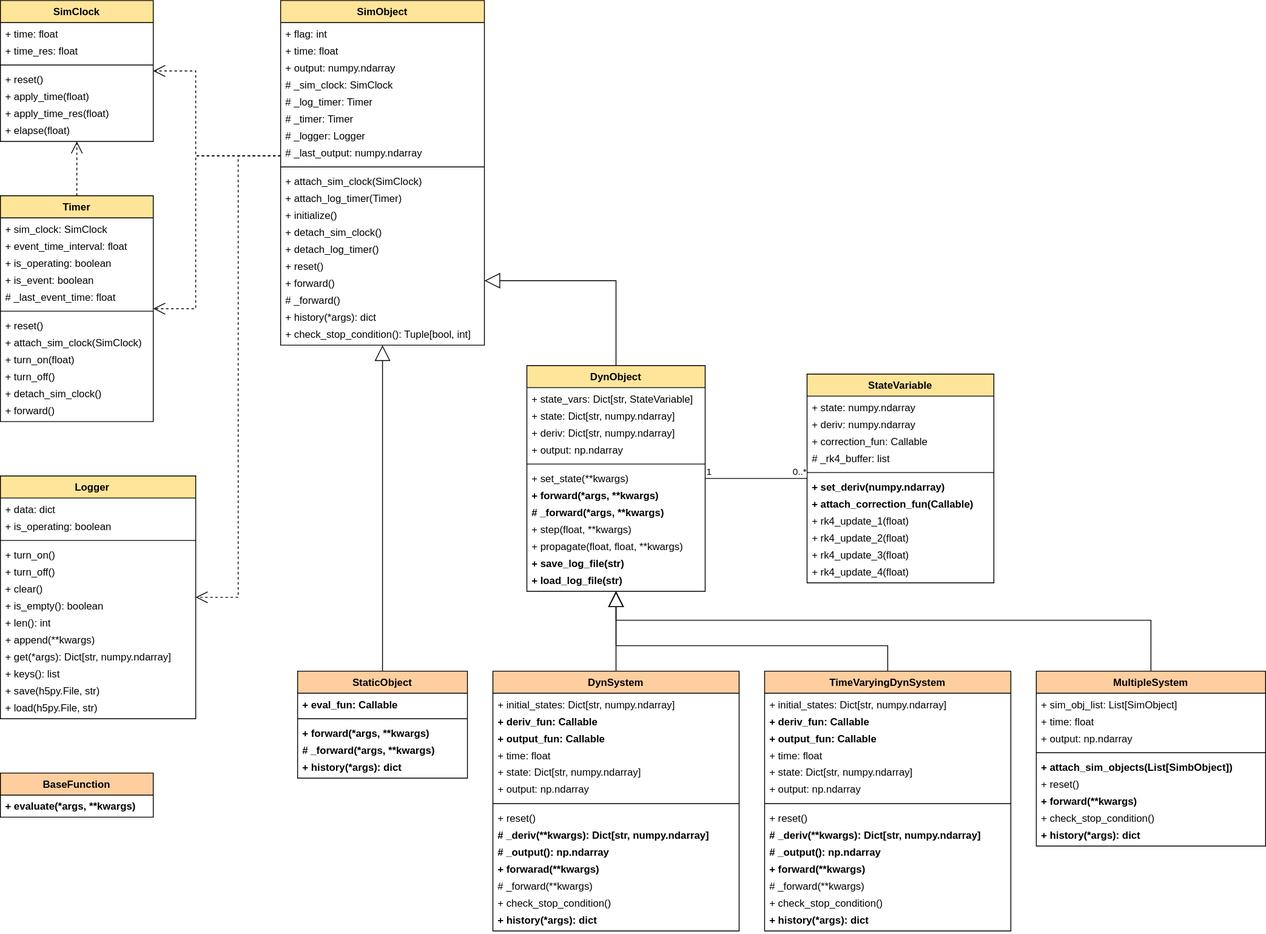
Earlier version of the draw.io export figures/overview.svg (minii93/pysimenv). Source tidied: cells renumbered, new cells last; positions are measured from the earlier drawing's top-left corner, leaving out a move shared by most shapes.
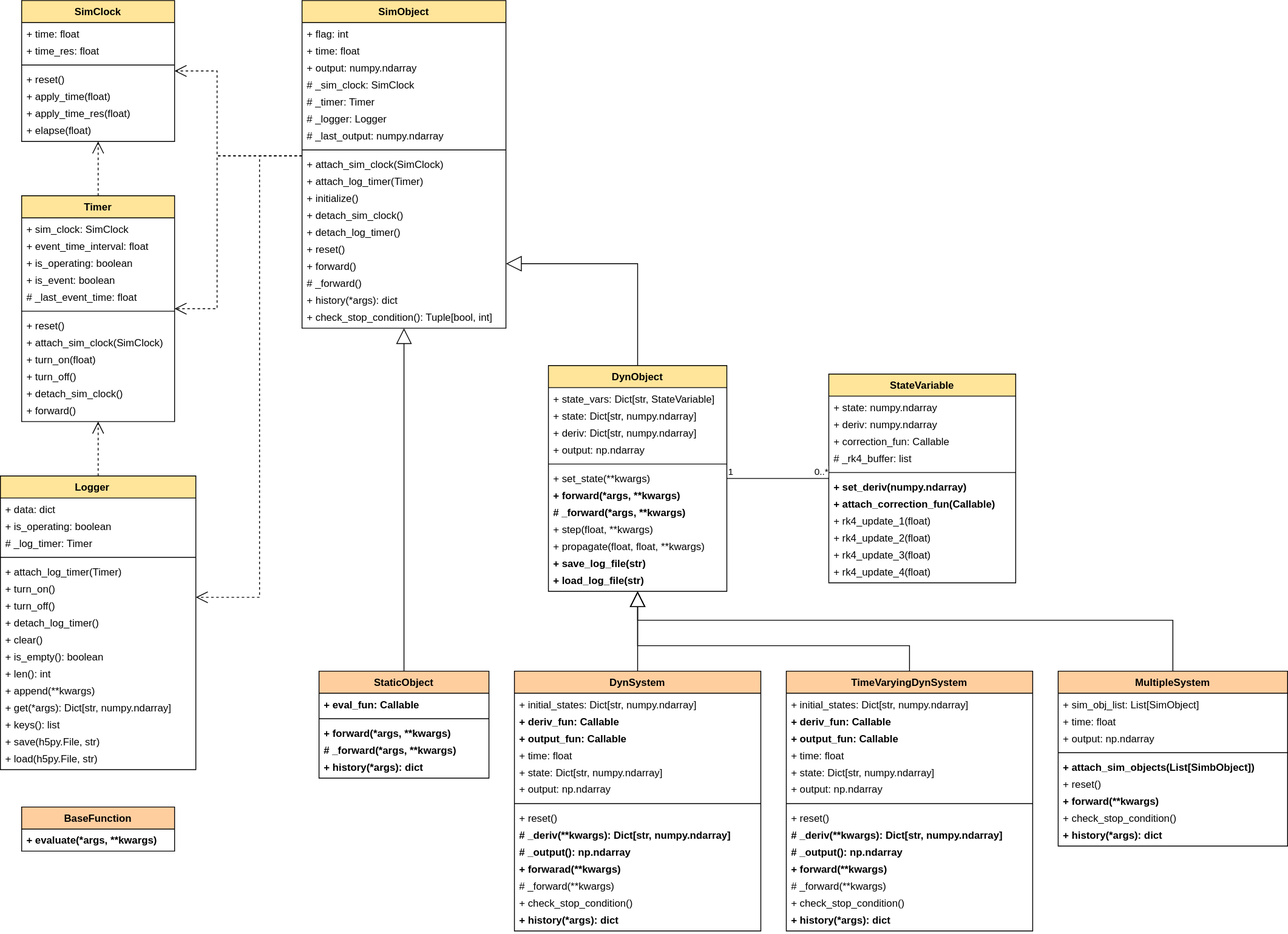
The same diagram one commit later.

Commit message:
Update the overview figure (#31)

Diff of the diagram source:
```diff
@@ -60,7 +60,7 @@
       <mxGeometry relative="1" as="geometry" />
     </mxCell>
     <mxCell id="21" value="BaseFunction" style="swimlane;fontStyle=1;align=center;verticalAlign=top;horizontal=1;startSize=26;fillColor=#FFCE9F;" parent="1" vertex="1">
-      <mxGeometry y="910" width="180" height="52" as="geometry" />
+      <mxGeometry y="950" width="180" height="52" as="geometry" />
     </mxCell>
     <mxCell id="22" value="+ evaluate(*args, **kwargs)" style="text;strokeColor=none;fillColor=none;align=left;verticalAlign=top;spacingLeft=4;spacingRight=4;overflow=hidden;fontStyle=1;" parent="21" vertex="1">
       <mxGeometry y="26" width="180" height="26" as="geometry" />
@@ -221,49 +221,58 @@
       <mxGeometry relative="1" as="geometry" />
     </mxCell>
     <mxCell id="74" value="Logger    " style="swimlane;fontStyle=1;align=center;verticalAlign=top;horizontal=1;startSize=26;fillColor=#FFE599;" parent="1" vertex="1">
-      <mxGeometry y="560" width="230" height="286" as="geometry" />
+      <mxGeometry x="-25" y="560" width="230" height="346" as="geometry" />
     </mxCell>
     <mxCell id="75" value="+ data: dict" style="text;strokeColor=none;fillColor=none;align=left;verticalAlign=top;spacingLeft=4;spacingRight=4;overflow=hidden;" parent="74" vertex="1">
       <mxGeometry y="26" width="230" height="20" as="geometry" />
     </mxCell>
     <mxCell id="76" value="+ is_operating: boolean" style="text;strokeColor=none;fillColor=none;align=left;verticalAlign=top;spacingLeft=4;spacingRight=4;overflow=hidden;" parent="74" vertex="1">
-      <mxGeometry y="46" width="230" height="26" as="geometry" />
+      <mxGeometry y="46" width="230" height="20" as="geometry" />
     </mxCell>
+    <mxCell id="93" value="# _log_timer: Timer" style="text;strokeColor=none;fillColor=none;align=left;verticalAlign=top;spacingLeft=4;spacingRight=4;overflow=hidden;" parent="74" vertex="1">
+      <mxGeometry y="66" width="230" height="26" as="geometry" />
+    </mxCell>
     <mxCell id="77" style="line;strokeWidth=1;fillColor=none;align=left;verticalAlign=middle;spacingTop=-1;spacingLeft=3;spacingRight=3;labelPosition=right;" parent="74" vertex="1">
-      <mxGeometry y="72" width="230" height="8" as="geometry" />
+      <mxGeometry y="92" width="230" height="8" as="geometry" />
     </mxCell>
-    <mxCell id="78" value="+ turn_on()" style="text;strokeColor=none;fillColor=none;align=left;verticalAlign=top;spacingLeft=4;spacingRight=4;overflow=hidden;" parent="74" vertex="1">
-      <mxGeometry y="80" width="230" height="20" as="geometry" />
+    <mxCell id="78" value="+ attach_log_timer(Timer)" style="text;strokeColor=none;fillColor=none;align=left;verticalAlign=top;spacingLeft=4;spacingRight=4;overflow=hidden;" parent="74" vertex="1">
+      <mxGeometry y="100" width="230" height="20" as="geometry" />
     </mxCell>
+    <mxCell id="142" value="+ turn_on()" style="text;strokeColor=none;fillColor=none;align=left;verticalAlign=top;spacingLeft=4;spacingRight=4;overflow=hidden;" parent="74" vertex="1">
+      <mxGeometry y="120" width="230" height="20" as="geometry" />
+    </mxCell>
     <mxCell id="79" value="+ turn_off()" style="text;strokeColor=none;fillColor=none;align=left;verticalAlign=top;spacingLeft=4;spacingRight=4;overflow=hidden;" parent="74" vertex="1">
-      <mxGeometry y="100" width="230" height="20" as="geometry" />
+      <mxGeometry y="140" width="230" height="20" as="geometry" />
     </mxCell>
+    <mxCell id="143" value="+ detach_log_timer()" style="text;strokeColor=none;fillColor=none;align=left;verticalAlign=top;spacingLeft=4;spacingRight=4;overflow=hidden;" parent="74" vertex="1">
+      <mxGeometry y="160" width="230" height="20" as="geometry" />
+    </mxCell>
     <mxCell id="80" value="+ clear()" style="text;strokeColor=none;fillColor=none;align=left;verticalAlign=top;spacingLeft=4;spacingRight=4;overflow=hidden;" parent="74" vertex="1">
-      <mxGeometry y="120" width="230" height="20" as="geometry" />
+      <mxGeometry y="180" width="230" height="20" as="geometry" />
     </mxCell>
     <mxCell id="81" value="+ is_empty(): boolean" style="text;strokeColor=none;fillColor=none;align=left;verticalAlign=top;spacingLeft=4;spacingRight=4;overflow=hidden;" parent="74" vertex="1">
-      <mxGeometry y="140" width="230" height="20" as="geometry" />
+      <mxGeometry y="200" width="230" height="20" as="geometry" />
     </mxCell>
     <mxCell id="82" value="+ len(): int" style="text;strokeColor=none;fillColor=none;align=left;verticalAlign=top;spacingLeft=4;spacingRight=4;overflow=hidden;" parent="74" vertex="1">
-      <mxGeometry y="160" width="230" height="20" as="geometry" />
+      <mxGeometry y="220" width="230" height="20" as="geometry" />
     </mxCell>
     <mxCell id="83" value="+ append(**kwargs)" style="text;strokeColor=none;fillColor=none;align=left;verticalAlign=top;spacingLeft=4;spacingRight=4;overflow=hidden;" parent="74" vertex="1">
-      <mxGeometry y="180" width="230" height="20" as="geometry" />
+      <mxGeometry y="240" width="230" height="20" as="geometry" />
     </mxCell>
     <mxCell id="84" value="+ get(*args): Dict[str, numpy.ndarray]" style="text;strokeColor=none;fillColor=none;align=left;verticalAlign=top;spacingLeft=4;spacingRight=4;overflow=hidden;" parent="74" vertex="1">
-      <mxGeometry y="200" width="230" height="20" as="geometry" />
+      <mxGeometry y="260" width="230" height="20" as="geometry" />
     </mxCell>
     <mxCell id="85" value="+ keys(): list" style="text;strokeColor=none;fillColor=none;align=left;verticalAlign=top;spacingLeft=4;spacingRight=4;overflow=hidden;" parent="74" vertex="1">
-      <mxGeometry y="220" width="230" height="20" as="geometry" />
+      <mxGeometry y="280" width="230" height="20" as="geometry" />
     </mxCell>
     <mxCell id="86" value="+ save(h5py.File, str)" style="text;strokeColor=none;fillColor=none;align=left;verticalAlign=top;spacingLeft=4;spacingRight=4;overflow=hidden;" parent="74" vertex="1">
-      <mxGeometry y="240" width="230" height="20" as="geometry" />
+      <mxGeometry y="300" width="230" height="20" as="geometry" />
     </mxCell>
     <mxCell id="87" value="+ load(h5py.File, str)" style="text;strokeColor=none;fillColor=none;align=left;verticalAlign=top;spacingLeft=4;spacingRight=4;overflow=hidden;" parent="74" vertex="1">
-      <mxGeometry y="260" width="230" height="26" as="geometry" />
+      <mxGeometry y="320" width="230" height="26" as="geometry" />
     </mxCell>
     <mxCell id="88" value="SimObject" style="swimlane;fontStyle=1;align=center;verticalAlign=top;horizontal=1;startSize=26;fillColor=#FFE599;" parent="1" vertex="1">
-      <mxGeometry x="330" width="240" height="406" as="geometry" />
+      <mxGeometry x="330" width="240" height="386" as="geometry" />
     </mxCell>
     <mxCell id="89" value="+ flag: int" style="text;strokeColor=none;fillColor=none;align=left;verticalAlign=top;spacingLeft=4;spacingRight=4;overflow=hidden;" parent="88" vertex="1">
       <mxGeometry y="26" width="240" height="20" as="geometry" />
@@ -277,50 +286,47 @@
     <mxCell id="92" value="# _sim_clock: SimClock" style="text;strokeColor=none;fillColor=none;align=left;verticalAlign=top;spacingLeft=4;spacingRight=4;overflow=hidden;" parent="88" vertex="1">
       <mxGeometry y="86" width="240" height="20" as="geometry" />
     </mxCell>
-    <mxCell id="93" value="# _log_timer: Timer" style="text;strokeColor=none;fillColor=none;align=left;verticalAlign=top;spacingLeft=4;spacingRight=4;overflow=hidden;" parent="88" vertex="1">
-      <mxGeometry y="106" width="240" height="20" as="geometry" />
-    </mxCell>
     <mxCell id="94" value="# _timer: Timer" style="text;strokeColor=none;fillColor=none;align=left;verticalAlign=top;spacingLeft=4;spacingRight=4;overflow=hidden;" parent="88" vertex="1">
-      <mxGeometry y="126" width="240" height="20" as="geometry" />
+      <mxGeometry y="106" width="240" height="20" as="geometry" />
     </mxCell>
     <mxCell id="95" value="# _logger: Logger" style="text;strokeColor=none;fillColor=none;align=left;verticalAlign=top;spacingLeft=4;spacingRight=4;overflow=hidden;" parent="88" vertex="1">
-      <mxGeometry y="146" width="240" height="20" as="geometry" />
+      <mxGeometry y="126" width="240" height="20" as="geometry" />
     </mxCell>
     <mxCell id="96" value="# _last_output: numpy.ndarray" style="text;strokeColor=none;fillColor=none;align=left;verticalAlign=top;spacingLeft=4;spacingRight=4;overflow=hidden;" parent="88" vertex="1">
-      <mxGeometry y="166" width="240" height="26" as="geometry" />
+      <mxGeometry y="146" width="240" height="26" as="geometry" />
     </mxCell>
     <mxCell id="97" style="line;strokeWidth=1;fillColor=none;align=left;verticalAlign=middle;spacingTop=-1;spacingLeft=3;spacingRight=3;labelPosition=right;" parent="88" vertex="1">
-      <mxGeometry y="192" width="240" height="8" as="geometry" />
+      <mxGeometry y="172" width="240" height="8" as="geometry" />
     </mxCell>
     <mxCell id="98" value="+ attach_sim_clock(SimClock)" style="text;strokeColor=none;fillColor=none;align=left;verticalAlign=top;spacingLeft=4;spacingRight=4;overflow=hidden;" parent="88" vertex="1">
-      <mxGeometry y="200" width="240" height="20" as="geometry" />
+      <mxGeometry y="180" width="240" height="20" as="geometry" />
     </mxCell>
     <mxCell id="99" value="+ attach_log_timer(Timer)" style="text;strokeColor=none;fillColor=none;align=left;verticalAlign=top;spacingLeft=4;spacingRight=4;overflow=hidden;" parent="88" vertex="1">
-      <mxGeometry y="220" width="240" height="20" as="geometry" />
+      <mxGeometry y="200" width="240" height="20" as="geometry" />
     </mxCell>
     <mxCell id="100" value="+ initialize()" style="text;strokeColor=none;fillColor=none;align=left;verticalAlign=top;spacingLeft=4;spacingRight=4;overflow=hidden;" parent="88" vertex="1">
-      <mxGeometry y="240" width="240" height="20" as="geometry" />
+      <mxGeometry y="220" width="240" height="20" as="geometry" />
     </mxCell>
     <mxCell id="101" value="+ detach_sim_clock()" style="text;strokeColor=none;fillColor=none;align=left;verticalAlign=top;spacingLeft=4;spacingRight=4;overflow=hidden;" parent="88" vertex="1">
-      <mxGeometry y="260" width="240" height="20" as="geometry" />
+      <mxGeometry y="240" width="240" height="20" as="geometry" />
     </mxCell>
     <mxCell id="102" value="+ detach_log_timer()" style="text;strokeColor=none;fillColor=none;align=left;verticalAlign=top;spacingLeft=4;spacingRight=4;overflow=hidden;" parent="88" vertex="1">
-      <mxGeometry y="280" width="240" height="20" as="geometry" />
+      <mxGeometry y="260" width="240" height="20" as="geometry" />
     </mxCell>
     <mxCell id="103" value="+ reset()" style="text;strokeColor=none;fillColor=none;align=left;verticalAlign=top;spacingLeft=4;spacingRight=4;overflow=hidden;" parent="88" vertex="1">
-      <mxGeometry y="300" width="240" height="20" as="geometry" />
+      <mxGeometry y="280" width="240" height="20" as="geometry" />
     </mxCell>
     <mxCell id="104" value="+ forward()" style="text;strokeColor=none;fillColor=none;align=left;verticalAlign=top;spacingLeft=4;spacingRight=4;overflow=hidden;points=[[0,0.5],[1,0.5]];portConstraint=eastwest;" parent="88" vertex="1">
-      <mxGeometry y="320" width="240" height="20" as="geometry" />
+      <mxGeometry y="300" width="240" height="20" as="geometry" />
     </mxCell>
     <mxCell id="105" value="# _forward()" style="text;strokeColor=none;fillColor=none;align=left;verticalAlign=top;spacingLeft=4;spacingRight=4;overflow=hidden;" parent="88" vertex="1">
-      <mxGeometry y="340" width="240" height="20" as="geometry" />
+      <mxGeometry y="320" width="240" height="20" as="geometry" />
     </mxCell>
     <mxCell id="106" value="+ history(*args): dict" style="text;strokeColor=none;fillColor=none;align=left;verticalAlign=top;spacingLeft=4;spacingRight=4;overflow=hidden;fontStyle=0;" parent="88" vertex="1">
-      <mxGeometry y="360" width="240" height="20" as="geometry" />
+      <mxGeometry y="340" width="240" height="20" as="geometry" />
     </mxCell>
     <mxCell id="107" value="+ check_stop_condition(): Tuple[bool, int]" style="text;strokeColor=none;fillColor=none;align=left;verticalAlign=top;spacingLeft=4;spacingRight=4;overflow=hidden;points=[[0,0.5],[1,0.5]];portConstraint=eastwest;" parent="88" vertex="1">
-      <mxGeometry y="380" width="240" height="26" as="geometry" />
+      <mxGeometry y="360" width="240" height="26" as="geometry" />
     </mxCell>
     <mxCell id="108" style="endArrow=block;endSize=16;endFill=0;html=1;rounded=0;" parent="1" edge="1" source="37" target="35">
       <mxGeometry x="-0.19" y="-15" relative="1" as="geometry" />
@@ -449,5 +455,8 @@
         </Array>
       </mxGeometry>
     </mxCell>
+    <mxCell id="144" style="endArrow=open;endSize=12;dashed=1;html=1;rounded=0;exitX=0.5;exitY=0;exitDx=0;exitDy=0;edgeStyle=orthogonalEdgeStyle;" parent="1" edge="1" source="74" target="60">
+      <mxGeometry relative="1" as="geometry" />
+    </mxCell>
   </root>
 </mxGraphModel>
```
